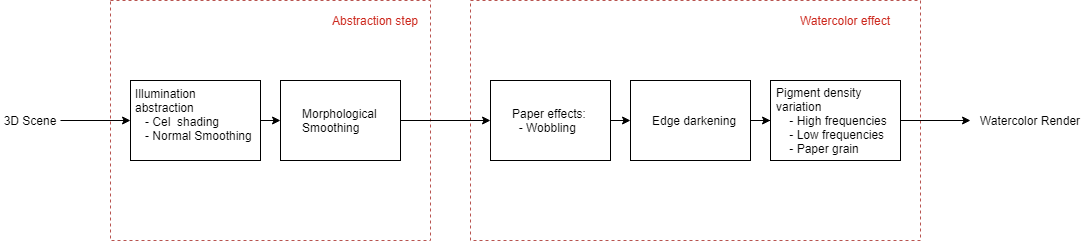
Earlier version of the draw.io export report/imgs/watercolor_pipeline.png (JeyzerMC/Projet-INF8702). Source tidied: cells renumbered, new cells last; positions are measured from the earlier drawing's top-left corner, leaving out a move shared by most shapes.
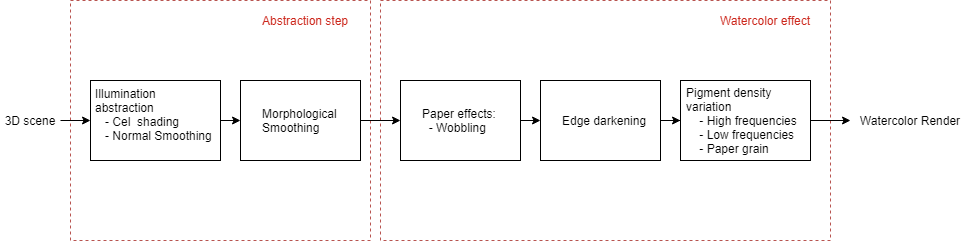
Later version of the same file.

What changed in the source:
```diff
@@ -3,10 +3,10 @@
     <mxCell id="0" />
     <mxCell id="1" parent="0" />
     <mxCell id="2" style="whiteSpace=wrap;html=1;align=left;noLabel=1;strokeColor=#b85450;fillColor=none;dashed=1;" parent="1" vertex="1">
-      <mxGeometry x="470" width="450" height="240" as="geometry" />
+      <mxGeometry x="420" width="450" height="240" as="geometry" />
     </mxCell>
     <mxCell id="3" style="whiteSpace=wrap;html=1;align=left;noLabel=1;strokeColor=#b85450;fillColor=none;dashed=1;" parent="1" vertex="1">
-      <mxGeometry x="110" width="320" height="240" as="geometry" />
+      <mxGeometry x="110" width="300" height="240" as="geometry" />
     </mxCell>
     <mxCell id="4" style="edgeStyle=orthogonalEdgeStyle;rounded=0;jettySize=auto;html=1;exitX=1;exitY=0.5;exitDx=0;exitDy=0;entryX=0;entryY=0.5;entryDx=0;entryDy=0;fontColor=none;" parent="1" edge="1" source="5" target="7">
       <mxGeometry relative="1" as="geometry" />
@@ -24,36 +24,34 @@
       <mxGeometry relative="1" as="geometry" />
     </mxCell>
     <mxCell id="9" value="Paper effects:&lt;br&gt;&amp;nbsp; - Wobbling" style="whiteSpace=wrap;html=1;align=left;spacingLeft=20;" parent="1" vertex="1">
-      <mxGeometry x="490" y="80" width="120" height="80" as="geometry" />
+      <mxGeometry x="440" y="80" width="120" height="80" as="geometry" />
     </mxCell>
     <mxCell id="10" style="edgeStyle=orthogonalEdgeStyle;rounded=0;jettySize=auto;html=1;exitX=1;exitY=0.5;exitDx=0;exitDy=0;fontColor=none;" parent="1" edge="1" source="11" target="13">
       <mxGeometry relative="1" as="geometry" />
     </mxCell>
     <mxCell id="11" value="Edge darkening" style="whiteSpace=wrap;html=1;align=left;spacingLeft=20;" parent="1" vertex="1">
-      <mxGeometry x="630" y="80" width="120" height="80" as="geometry" />
+      <mxGeometry x="580" y="80" width="120" height="80" as="geometry" />
     </mxCell>
-    <mxCell id="12" style="edgeStyle=orthogonalEdgeStyle;rounded=0;jettySize=auto;html=1;exitX=1;exitY=0.5;exitDx=0;exitDy=0;fontColor=#000000;" parent="1" edge="1" source="13">
-      <mxGeometry relative="1" as="geometry">
-        <mxPoint x="970" y="120" as="targetPoint" />
-      </mxGeometry>
-    </mxCell>
+    <mxCell id="19" style="edgeStyle=orthogonalEdgeStyle;rounded=0;jettySize=auto;html=1;exitX=1;exitY=0.5;exitDx=0;exitDy=0;entryX=0;entryY=0.5;entryDx=0;entryDy=0;fontColor=#000000;" parent="1" edge="1" source="13" target="18">
+      <mxGeometry relative="1" as="geometry" />
+    </mxCell>
     <mxCell id="13" value="Pigment density&lt;br&gt;variation&lt;br&gt;&amp;nbsp; &amp;nbsp; - High frequencies&lt;br&gt;&amp;nbsp; &amp;nbsp; - Low frequencies&lt;br&gt;&amp;nbsp; &amp;nbsp; - Paper grain" style="whiteSpace=wrap;html=1;align=left;spacingLeft=4;" parent="1" vertex="1">
-      <mxGeometry x="770" y="80" width="130" height="80" as="geometry" />
+      <mxGeometry x="720" y="80" width="130" height="80" as="geometry" />
     </mxCell>
     <mxCell id="14" value="Abstraction step" style="text;html=1;align=center;verticalAlign=middle;whiteSpace=wrap;rounded=0;dashed=1;fontColor=#CC271C;" parent="1" vertex="1">
-      <mxGeometry x="320" y="10" width="110" height="20" as="geometry" />
+      <mxGeometry x="290" y="10" width="110" height="20" as="geometry" />
     </mxCell>
     <mxCell id="15" value="Watercolor effect" style="text;html=1;align=center;verticalAlign=middle;whiteSpace=wrap;rounded=0;dashed=1;fontColor=#CC271C;" parent="1" vertex="1">
-      <mxGeometry x="790" y="10" width="110" height="20" as="geometry" />
+      <mxGeometry x="750" y="10" width="110" height="20" as="geometry" />
     </mxCell>
     <mxCell id="16" style="edgeStyle=orthogonalEdgeStyle;rounded=0;jettySize=auto;html=1;entryX=0;entryY=0.5;entryDx=0;entryDy=0;fontColor=#000000;" parent="1" edge="1" source="17" target="5">
       <mxGeometry relative="1" as="geometry" />
     </mxCell>
-    <mxCell id="17" value="3D Scene" style="text;html=1;strokeColor=none;fillColor=none;align=center;verticalAlign=middle;whiteSpace=wrap;rounded=0;dashed=1;" parent="1" vertex="1">
-      <mxGeometry y="110" width="60" height="20" as="geometry" />
+    <mxCell id="17" value="3D scene" style="text;html=1;strokeColor=none;fillColor=none;align=center;verticalAlign=middle;whiteSpace=wrap;rounded=0;dashed=1;" parent="1" vertex="1">
+      <mxGeometry x="40" y="110" width="60" height="20" as="geometry" />
     </mxCell>
     <mxCell id="18" value="Watercolor Render" style="text;html=1;strokeColor=none;fillColor=none;align=center;verticalAlign=middle;whiteSpace=wrap;rounded=0;dashed=1;fontColor=#000000;" parent="1" vertex="1">
-      <mxGeometry x="970" y="110" width="120" height="20" as="geometry" />
+      <mxGeometry x="890" y="110" width="120" height="20" as="geometry" />
     </mxCell>
   </root>
 </mxGraphModel>
```
